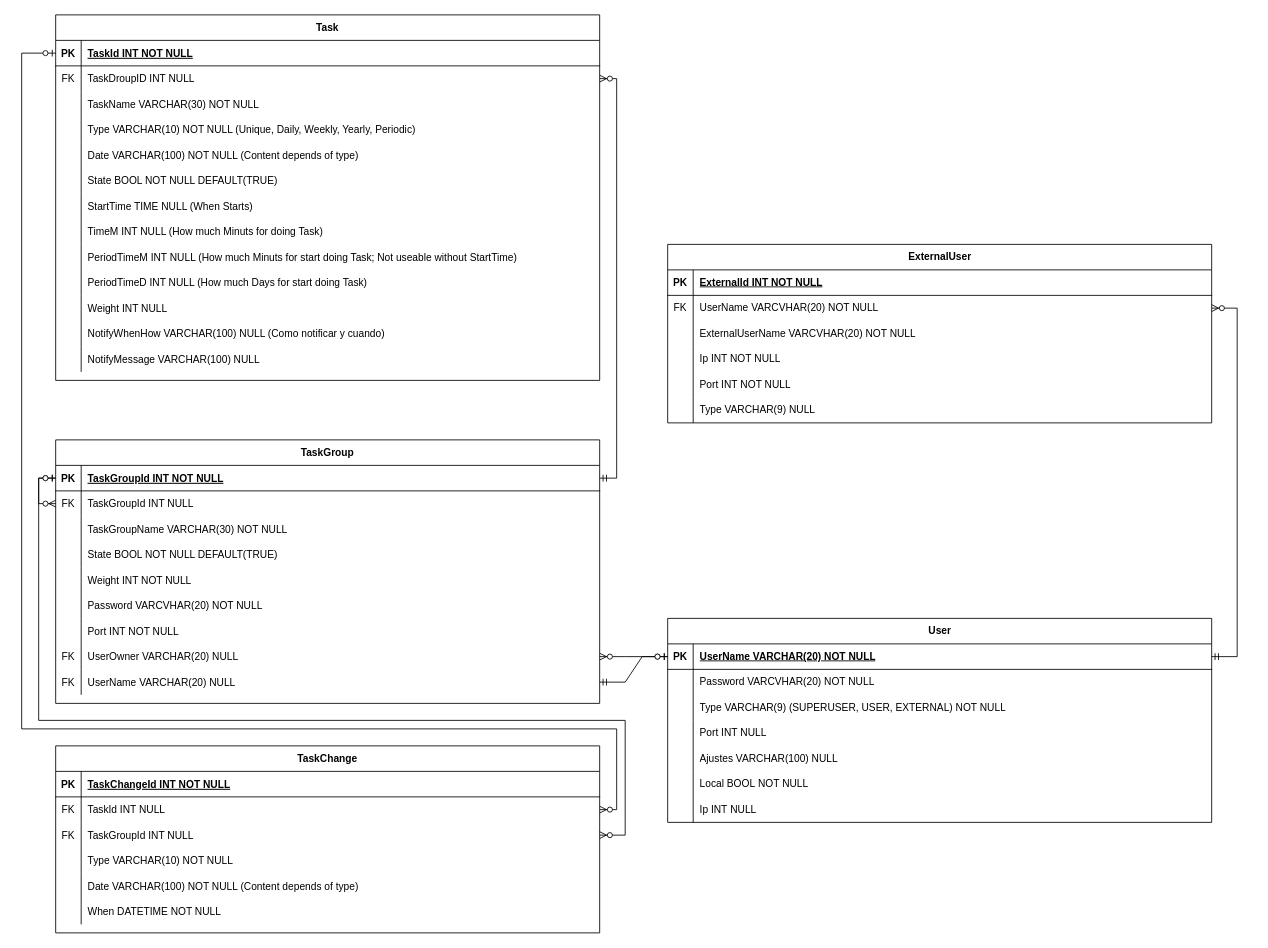
Earlier version of the draw.io diagram DiseñoBaseDeDatos.drawio (Gosha1030/ProyectoIntermodularGeorgii). Source tidied: cells renumbered, new cells numbered last; positions are measured from the earlier drawing's top-left corner, leaving out a move shared by most shapes. Both pictures are drawn from the tidied source at 85%, with x=0, y=0 at pixel (21, 14).
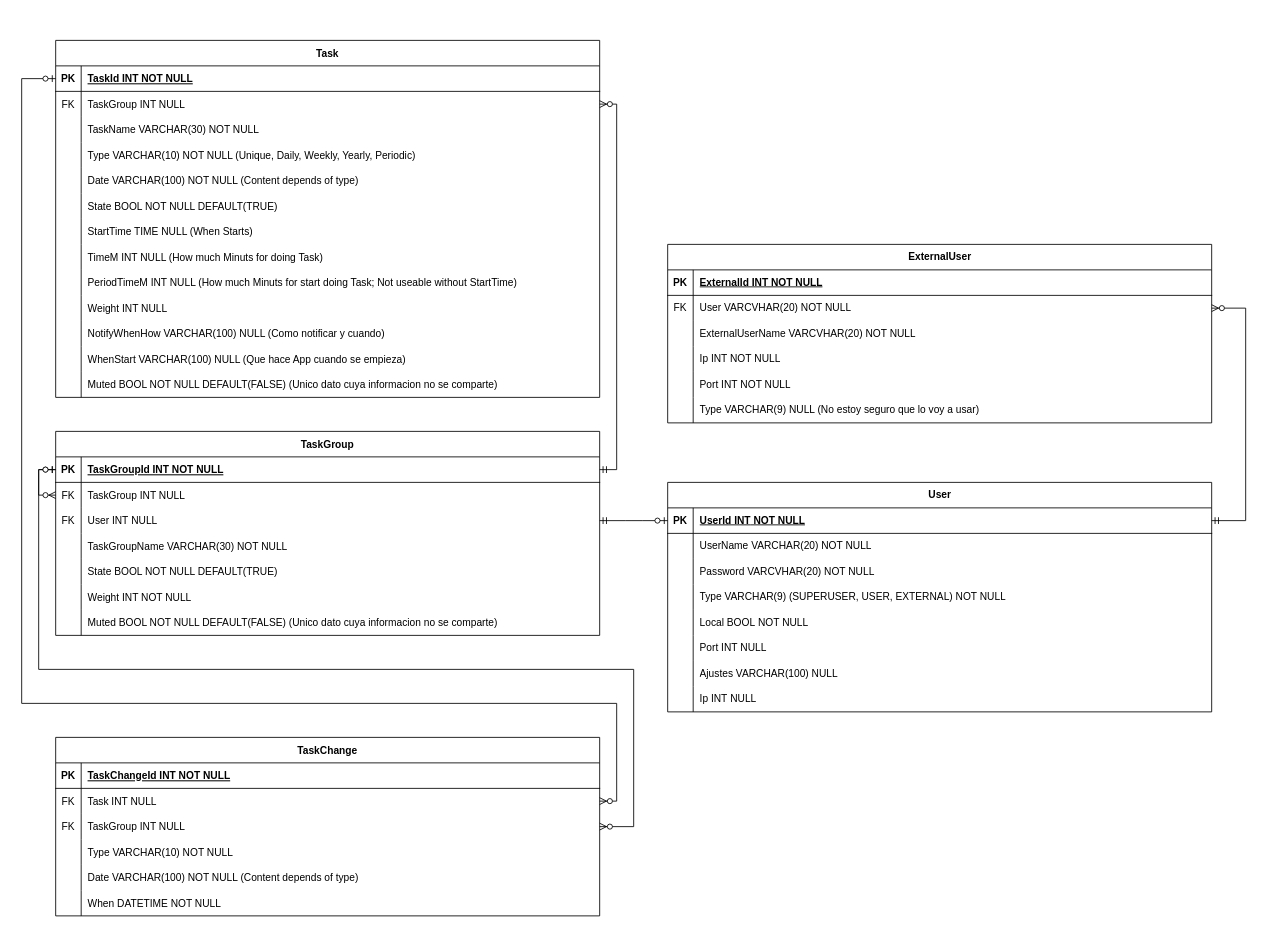
After the change.

Unchanged cells that the change refers to:
```xml
<mxCell id="3" style="shape=partialRectangle;fillColor=none;points=[[0,0.5],[1,0.5]];portConstraint=eastwest;top=0;left=0;right=0;bottom=1;" parent="2" vertex="1">
  <mxGeometry y="30" width="640" height="30" as="geometry" />
</mxCell>
<mxCell id="6" style="shape=partialRectangle;fillColor=none;points=[[0,0.5],[1,0.5]];portConstraint=eastwest;top=0;left=0;right=0;bottom=0;" parent="2" vertex="1">
  <mxGeometry y="60" width="640" height="30" as="geometry" />
</mxCell>
<mxCell id="21" style="shape=partialRectangle;fillColor=none;top=0;left=0;right=0;bottom=0;" parent="2" vertex="1">
  <mxGeometry y="210" width="640" height="30" as="geometry" />
</mxCell>
<mxCell id="35" style="shape=partialRectangle;fillColor=none;points=[[0,0.5],[1,0.5]];portConstraint=eastwest;top=0;left=0;right=0;bottom=0;" parent="31" vertex="1">
  <mxGeometry y="60" width="640" height="30" as="geometry" />
</mxCell>
<mxCell id="38" style="shape=partialRectangle;fillColor=none;points=[[0,0.5],[1,0.5]];portConstraint=eastwest;top=0;left=0;right=0;bottom=0;" parent="31" vertex="1">
  <mxGeometry y="90" width="640" height="30" as="geometry" />
</mxCell>
<mxCell id="51" style="shape=partialRectangle;fillColor=none;points=[[0,0.5],[1,0.5]];portConstraint=eastwest;top=0;left=0;right=0;bottom=1;" parent="50" vertex="1">
  <mxGeometry y="30" width="640" height="30" as="geometry" />
</mxCell>
<mxCell id="54" style="shape=partialRectangle;fillColor=none;points=[[0,0.5],[1,0.5]];portConstraint=eastwest;top=0;left=0;right=0;bottom=0;" parent="50" vertex="1">
  <mxGeometry y="60" width="640" height="30" as="geometry" />
</mxCell>
<mxCell id="91" style="shape=tableRow;horizontal=0;startSize=0;swimlaneHead=0;swimlaneBody=0;fillColor=none;points=[[0,0.5],[1,0.5]];portConstraint=eastwest;top=0;left=0;right=0;bottom=1;" parent="90" vertex="1">
  <mxGeometry y="30" width="640" height="30" as="geometry" />
</mxCell>
<mxCell id="120" style="shape=tableRow;horizontal=0;startSize=0;swimlaneHead=0;swimlaneBody=0;fillColor=none;points=[[0,0.5],[1,0.5]];portConstraint=eastwest;top=0;left=0;right=0;bottom=0;" parent="116" vertex="1">
  <mxGeometry y="60" width="640" height="30" as="geometry" />
</mxCell>
<mxCell id="132" style="shape=tableRow;horizontal=0;startSize=0;swimlaneHead=0;swimlaneBody=0;fillColor=none;top=0;left=0;right=0;bottom=0;" parent="116" vertex="1">
  <mxGeometry y="180" width="640" height="30" as="geometry" />
</mxCell>
```

Diff of the diagram source:
```diff
@@
     <mxCell id="2" value="TaskGroup" style="shape=table;startSize=30;childLayout=tableLayout;rowLines=0;fontStyle=1;align=center;" parent="1" vertex="1">
-      <mxGeometry x="40" y="500" width="640" height="310" as="geometry" />
+      <mxGeometry x="40" y="490" width="640" height="240" as="geometry" />
     </mxCell>
@@
-    <mxCell id="8" value="TaskGroupId INT NULL" style="shape=partialRectangle;overflow=hidden;fillColor=none;top=0;left=0;bottom=0;right=0;align=left;spacingLeft=6;" parent="6" vertex="1">
+    <mxCell id="8" value="TaskGroup INT NULL" style="shape=partialRectangle;overflow=hidden;fillColor=none;top=0;left=0;bottom=0;right=0;align=left;spacingLeft=6;" parent="6" vertex="1">
       <mxGeometry x="30" width="610" height="30" as="geometry" />
     </mxCell>
+    <mxCell id="27" style="shape=partialRectangle;fillColor=none;points=[[0,0.5],[1,0.5]];portConstraint=eastwest;top=0;left=0;right=0;bottom=0;" parent="2" vertex="1">
+      <mxGeometry y="90" width="640" height="30" as="geometry" />
+    </mxCell>
+    <mxCell id="28" value="FK" style="shape=partialRectangle;overflow=hidden;fillColor=none;top=0;left=0;bottom=0;right=0;" parent="27" vertex="1">
+      <mxGeometry width="30" height="30" as="geometry" />
+    </mxCell>
+    <mxCell id="29" value="User INT NULL" style="shape=partialRectangle;overflow=hidden;fillColor=none;top=0;left=0;bottom=0;right=0;align=left;spacingLeft=6;" parent="27" vertex="1">
+      <mxGeometry x="30" width="610" height="30" as="geometry" />
+    </mxCell>
     <mxCell id="9" style="shape=partialRectangle;fillColor=none;top=0;left=0;right=0;bottom=0;" parent="2" vertex="1">
-      <mxGeometry y="90" width="640" height="30" as="geometry" />
+      <mxGeometry y="120" width="640" height="30" as="geometry" />
     </mxCell>
@@
     <mxCell id="12" style="shape=partialRectangle;fillColor=none;top=0;left=0;right=0;bottom=0;" parent="2" vertex="1">
-      <mxGeometry y="120" width="640" height="30" as="geometry" />
+      <mxGeometry y="150" width="640" height="30" as="geometry" />
     </mxCell>
@@
     <mxCell id="15" style="shape=partialRectangle;fillColor=none;top=0;left=0;right=0;bottom=0;" parent="2" vertex="1">
-      <mxGeometry y="150" width="640" height="30" as="geometry" />
+      <mxGeometry y="180" width="640" height="30" as="geometry" />
     </mxCell>
@@
-    <mxCell id="18" style="shape=partialRectangle;fillColor=none;top=0;left=0;right=0;bottom=0;" parent="2" vertex="1">
-      <mxGeometry y="180" width="640" height="30" as="geometry" />
-    </mxCell>
-    <mxCell id="19" style="shape=partialRectangle;overflow=hidden;fillColor=none;top=0;left=0;bottom=0;right=0;" parent="18" vertex="1">
-      <mxGeometry width="30" height="30" as="geometry" />
-    </mxCell>
-    <mxCell id="20" value="Password VARCVHAR(20) NOT NULL" style="shape=partialRectangle;overflow=hidden;fillColor=none;top=0;left=0;bottom=0;right=0;align=left;spacingLeft=6;" parent="18" vertex="1">
-      <mxGeometry x="30" width="610" height="30" as="geometry" />
-    </mxCell>
+    <mxCell id="30" style="edgeStyle=orthogonalEdgeStyle;fontSize=12;html=1;endArrow=ERzeroToMany;startArrow=ERzeroToOne;rounded=0;entryX=0;entryY=0.5;entryDx=0;entryDy=0;exitX=0;exitY=0.5;exitDx=0;exitDy=0;" parent="2" edge="1" source="3" target="6">
+      <mxGeometry relative="1" as="geometry">
+        <Array as="points">
+          <mxPoint x="-20" y="45" />
+          <mxPoint x="-20" y="75" />
+        </Array>
+      </mxGeometry>
+    </mxCell>
@@
-    <mxCell id="22" style="shape=partialRectangle;overflow=hidden;fillColor=none;top=0;left=0;bottom=0;right=0;" parent="21" vertex="1">
-      <mxGeometry width="30" height="30" as="geometry" />
-    </mxCell>
-    <mxCell id="23" value="Port INT NOT NULL" style="shape=partialRectangle;overflow=hidden;fillColor=none;top=0;left=0;bottom=0;right=0;align=left;spacingLeft=6;" parent="21" vertex="1">
-      <mxGeometry x="30" width="610" height="30" as="geometry" />
-    </mxCell>
-    <mxCell id="24" style="shape=partialRectangle;fillColor=none;points=[[0,0.5],[1,0.5]];portConstraint=eastwest;top=0;left=0;right=0;bottom=0;" parent="2" vertex="1">
-      <mxGeometry y="240" width="640" height="30" as="geometry" />
-    </mxCell>
-    <mxCell id="25" value="FK" style="shape=partialRectangle;overflow=hidden;fillColor=none;top=0;left=0;bottom=0;right=0;" parent="24" vertex="1">
-      <mxGeometry width="30" height="30" as="geometry" />
-    </mxCell>
-    <mxCell id="26" value="UserOwner VARCHAR(20) NULL" style="shape=partialRectangle;overflow=hidden;fillColor=none;top=0;left=0;bottom=0;right=0;align=left;spacingLeft=6;" parent="24" vertex="1">
-      <mxGeometry x="30" width="610" height="30" as="geometry" />
-    </mxCell>
-    <mxCell id="27" style="shape=partialRectangle;fillColor=none;points=[[0,0.5],[1,0.5]];portConstraint=eastwest;top=0;left=0;right=0;bottom=0;" parent="2" vertex="1">
-      <mxGeometry y="270" width="640" height="30" as="geometry" />
-    </mxCell>
-    <mxCell id="28" value="FK" style="shape=partialRectangle;overflow=hidden;fillColor=none;top=0;left=0;bottom=0;right=0;" parent="27" vertex="1">
-      <mxGeometry width="30" height="30" as="geometry" />
-    </mxCell>
-    <mxCell id="29" value="UserName VARCHAR(20) NULL" style="shape=partialRectangle;overflow=hidden;fillColor=none;top=0;left=0;bottom=0;right=0;align=left;spacingLeft=6;" parent="27" vertex="1">
-      <mxGeometry x="30" width="610" height="30" as="geometry" />
-    </mxCell>
-    <mxCell id="30" style="edgeStyle=orthogonalEdgeStyle;fontSize=12;html=1;endArrow=ERzeroToMany;startArrow=ERzeroToOne;rounded=0;entryX=0;entryY=0.5;entryDx=0;entryDy=0;exitX=0;exitY=0.5;exitDx=0;exitDy=0;" parent="2" edge="1" source="3" target="6">
-      <mxGeometry relative="1" as="geometry">
-        <Array as="points">
-          <mxPoint x="-20" y="45" />
-          <mxPoint x="-20" y="75" />
-        </Array>
-      </mxGeometry>
-    </mxCell>
+    <mxCell id="137" style="shape=partialRectangle;overflow=hidden;fillColor=none;top=0;left=0;bottom=0;right=0;" parent="21" vertex="1">
+      <mxGeometry width="30" height="30" as="geometry" />
+    </mxCell>
+    <mxCell id="138" value="Muted BOOL NOT NULL DEFAULT(FALSE) (Unico dato cuya informacion no se comparte)" style="shape=partialRectangle;overflow=hidden;fillColor=none;top=0;left=0;bottom=0;right=0;align=left;spacingLeft=6;" parent="21" vertex="1">
+      <mxGeometry x="30" width="610" height="30" as="geometry" />
+    </mxCell>
     <mxCell id="31" value="TaskChange" style="shape=table;startSize=30;childLayout=tableLayout;rowLines=0;fontStyle=1;align=center;" parent="1" vertex="1">
-      <mxGeometry x="40" y="860" width="640" height="220" as="geometry" />
+      <mxGeometry x="40" y="850" width="640" height="210" as="geometry" />
     </mxCell>
@@
-    <mxCell id="37" value="TaskId INT NULL" style="shape=partialRectangle;overflow=hidden;fillColor=none;top=0;left=0;bottom=0;right=0;align=left;spacingLeft=6;" parent="35" vertex="1">
+    <mxCell id="37" value="Task INT NULL" style="shape=partialRectangle;overflow=hidden;fillColor=none;top=0;left=0;bottom=0;right=0;align=left;spacingLeft=6;" parent="35" vertex="1">
       <mxGeometry x="30" width="610" height="30" as="geometry" />
     </mxCell>
@@
-    <mxCell id="40" value="TaskGroupId INT NULL" style="shape=partialRectangle;overflow=hidden;fillColor=none;top=0;left=0;bottom=0;right=0;align=left;spacingLeft=6;" parent="38" vertex="1">
+    <mxCell id="40" value="TaskGroup INT NULL" style="shape=partialRectangle;overflow=hidden;fillColor=none;top=0;left=0;bottom=0;right=0;align=left;spacingLeft=6;" parent="38" vertex="1">
       <mxGeometry x="30" width="610" height="30" as="geometry" />
     </mxCell>
@@
     <mxCell id="50" value="Task" style="shape=table;startSize=30;childLayout=tableLayout;rowLines=0;fontStyle=1;align=center;" parent="1" vertex="1">
-      <mxGeometry x="40" width="640" height="430" as="geometry" />
+      <mxGeometry x="40" y="30" width="640" height="420" as="geometry" />
     </mxCell>
@@
-    <mxCell id="56" value="TaskDroupID INT NULL" style="shape=partialRectangle;overflow=hidden;fillColor=none;top=0;left=0;bottom=0;right=0;align=left;spacingLeft=6;" parent="54" vertex="1">
+    <mxCell id="56" value="TaskGroup INT NULL" style="shape=partialRectangle;overflow=hidden;fillColor=none;top=0;left=0;bottom=0;right=0;align=left;spacingLeft=6;" parent="54" vertex="1">
       <mxGeometry x="30" width="610" height="30" as="geometry" />
     </mxCell>
@@
-    <mxCell id="78" style="shape=partialRectangle;fillColor=none;top=0;left=0;right=0;bottom=0;" parent="50" vertex="1">
-      <mxGeometry y="300" width="640" height="30" as="geometry" />
-    </mxCell>
-    <mxCell id="79" style="shape=partialRectangle;overflow=hidden;fillColor=none;top=0;left=0;bottom=0;right=0;" parent="78" vertex="1">
-      <mxGeometry width="30" height="30" as="geometry" />
-    </mxCell>
-    <mxCell id="80" value="PeriodTimeD INT NULL (How much Days for start doing Task)" style="shape=partialRectangle;overflow=hidden;fillColor=none;top=0;left=0;bottom=0;right=0;align=left;spacingLeft=6;" parent="78" vertex="1">
-      <mxGeometry x="30" width="610" height="30" as="geometry" />
-    </mxCell>
     <mxCell id="81" style="shape=partialRectangle;fillColor=none;top=0;left=0;right=0;bottom=0;" parent="50" vertex="1">
-      <mxGeometry y="330" width="640" height="30" as="geometry" />
+      <mxGeometry y="300" width="640" height="30" as="geometry" />
     </mxCell>
@@
     <mxCell id="84" style="shape=partialRectangle;fillColor=none;top=0;left=0;right=0;bottom=0;" parent="50" vertex="1">
-      <mxGeometry y="360" width="640" height="30" as="geometry" />
+      <mxGeometry y="330" width="640" height="30" as="geometry" />
     </mxCell>
@@
     <mxCell id="87" style="shape=partialRectangle;fillColor=none;top=0;left=0;right=0;bottom=0;" parent="50" vertex="1">
-      <mxGeometry y="390" width="640" height="30" as="geometry" />
+      <mxGeometry y="360" width="640" height="30" as="geometry" />
     </mxCell>
@@
-    <mxCell id="89" value="NotifyMessage VARCHAR(100) NULL" style="shape=partialRectangle;overflow=hidden;fillColor=none;top=0;left=0;bottom=0;right=0;align=left;spacingLeft=6;" parent="87" vertex="1">
+    <mxCell id="89" value="WhenStart VARCHAR(100) NULL (Que hace App cuando se empieza)" style="shape=partialRectangle;overflow=hidden;fillColor=none;top=0;left=0;bottom=0;right=0;align=left;spacingLeft=6;" parent="87" vertex="1">
       <mxGeometry x="30" width="610" height="30" as="geometry" />
     </mxCell>
+    <mxCell id="139" style="shape=partialRectangle;fillColor=none;top=0;left=0;right=0;bottom=0;" parent="50" vertex="1">
+      <mxGeometry y="390" width="640" height="30" as="geometry" />
+    </mxCell>
+    <mxCell id="140" style="shape=partialRectangle;overflow=hidden;fillColor=none;top=0;left=0;bottom=0;right=0;" parent="139" vertex="1">
+      <mxGeometry width="30" height="30" as="geometry" />
+    </mxCell>
+    <mxCell id="141" value="Muted BOOL NOT NULL DEFAULT(FALSE) (Unico dato cuya informacion no se comparte)" style="shape=partialRectangle;overflow=hidden;fillColor=none;top=0;left=0;bottom=0;right=0;align=left;spacingLeft=6;" parent="139" vertex="1">
+      <mxGeometry x="30" width="610" height="30" as="geometry" />
+    </mxCell>
     <mxCell id="90" value="User" style="shape=table;startSize=30;childLayout=tableLayout;rowLines=0;fontStyle=1;align=center;html=1;" parent="1" vertex="1">
-      <mxGeometry x="760" y="710" width="640" height="240" as="geometry" />
+      <mxGeometry x="760" y="550" width="640" height="270" as="geometry" />
     </mxCell>
@@
-    <mxCell id="93" value="UserName VARCHAR(20)&lt;span style=&quot;text-wrap-mode: nowrap;&quot;&gt;&amp;nbsp;NOT NULL&lt;/span&gt;" style="shape=partialRectangle;fillColor=none;top=0;left=0;bottom=0;right=0;align=left;spacingLeft=6;fontStyle=5;overflow=hidden;whiteSpace=wrap;html=1;" parent="91" vertex="1">
+    <mxCell id="93" value="UserId INT&lt;span style=&quot;text-wrap-mode: nowrap;&quot;&gt;&amp;nbsp;NOT NULL&lt;/span&gt;" style="shape=partialRectangle;fillColor=none;top=0;left=0;bottom=0;right=0;align=left;spacingLeft=6;fontStyle=5;overflow=hidden;whiteSpace=wrap;html=1;" parent="91" vertex="1">
       <mxGeometry x="30" width="610" height="30" as="geometry" />
     </mxCell>
+    <mxCell id="142" style="shape=tableRow;horizontal=0;startSize=0;swimlaneHead=0;swimlaneBody=0;fillColor=none;top=0;left=0;right=0;bottom=0;" parent="90" vertex="1">
+      <mxGeometry y="60" width="640" height="30" as="geometry" />
+    </mxCell>
+    <mxCell id="143" style="shape=partialRectangle;fillColor=none;top=0;left=0;bottom=0;right=0;overflow=hidden;whiteSpace=wrap;html=1;" parent="142" vertex="1">
+      <mxGeometry width="30" height="30" as="geometry" />
+    </mxCell>
+    <mxCell id="144" value="UserName VARCHAR(20) NOT NULL" style="shape=partialRectangle;fillColor=none;top=0;left=0;bottom=0;right=0;align=left;spacingLeft=6;overflow=hidden;whiteSpace=wrap;html=1;" parent="142" vertex="1">
+      <mxGeometry x="30" width="610" height="30" as="geometry" />
+    </mxCell>
     <mxCell id="94" style="shape=tableRow;horizontal=0;startSize=0;swimlaneHead=0;swimlaneBody=0;fillColor=none;top=0;left=0;right=0;bottom=0;" parent="90" vertex="1">
-      <mxGeometry y="60" width="640" height="30" as="geometry" />
+      <mxGeometry y="90" width="640" height="30" as="geometry" />
     </mxCell>
@@
     <mxCell id="97" style="shape=tableRow;horizontal=0;startSize=0;swimlaneHead=0;swimlaneBody=0;fillColor=none;top=0;left=0;right=0;bottom=0;" parent="90" vertex="1">
-      <mxGeometry y="90" width="640" height="30" as="geometry" />
+      <mxGeometry y="120" width="640" height="30" as="geometry" />
     </mxCell>
@@
+    <mxCell id="106" style="shape=tableRow;horizontal=0;startSize=0;swimlaneHead=0;swimlaneBody=0;fillColor=none;top=0;left=0;right=0;bottom=0;" parent="90" vertex="1">
+      <mxGeometry y="150" width="640" height="30" as="geometry" />
+    </mxCell>
+    <mxCell id="107" style="shape=partialRectangle;fillColor=none;top=0;left=0;bottom=0;right=0;overflow=hidden;whiteSpace=wrap;html=1;" parent="106" vertex="1">
+      <mxGeometry width="30" height="30" as="geometry" />
+    </mxCell>
+    <mxCell id="108" value="Local BOOL&amp;nbsp;&lt;span style=&quot;text-wrap-mode: nowrap;&quot;&gt;NOT NULL&lt;/span&gt;" style="shape=partialRectangle;fillColor=none;top=0;left=0;bottom=0;right=0;align=left;spacingLeft=6;overflow=hidden;whiteSpace=wrap;html=1;" parent="106" vertex="1">
+      <mxGeometry x="30" width="610" height="30" as="geometry" />
+    </mxCell>
     <mxCell id="100" style="shape=tableRow;horizontal=0;startSize=0;swimlaneHead=0;swimlaneBody=0;fillColor=none;top=0;left=0;right=0;bottom=0;" parent="90" vertex="1">
-      <mxGeometry y="120" width="640" height="30" as="geometry" />
+      <mxGeometry y="180" width="640" height="30" as="geometry" />
     </mxCell>
@@
     <mxCell id="103" style="shape=tableRow;horizontal=0;startSize=0;swimlaneHead=0;swimlaneBody=0;fillColor=none;top=0;left=0;right=0;bottom=0;" parent="90" vertex="1">
-      <mxGeometry y="150" width="640" height="30" as="geometry" />
+      <mxGeometry y="210" width="640" height="30" as="geometry" />
     </mxCell>
@@
-    <mxCell id="106" style="shape=tableRow;horizontal=0;startSize=0;swimlaneHead=0;swimlaneBody=0;fillColor=none;top=0;left=0;right=0;bottom=0;" parent="90" vertex="1">
-      <mxGeometry y="180" width="640" height="30" as="geometry" />
-    </mxCell>
-    <mxCell id="107" style="shape=partialRectangle;fillColor=none;top=0;left=0;bottom=0;right=0;overflow=hidden;whiteSpace=wrap;html=1;" parent="106" vertex="1">
-      <mxGeometry width="30" height="30" as="geometry" />
-    </mxCell>
-    <mxCell id="108" value="Local BOOL&amp;nbsp;&lt;span style=&quot;text-wrap-mode: nowrap;&quot;&gt;NOT NULL&lt;/span&gt;" style="shape=partialRectangle;fillColor=none;top=0;left=0;bottom=0;right=0;align=left;spacingLeft=6;overflow=hidden;whiteSpace=wrap;html=1;" parent="106" vertex="1">
-      <mxGeometry x="30" width="610" height="30" as="geometry" />
-    </mxCell>
     <mxCell id="109" style="shape=tableRow;horizontal=0;startSize=0;swimlaneHead=0;swimlaneBody=0;fillColor=none;top=0;left=0;right=0;bottom=0;" parent="90" vertex="1">
-      <mxGeometry y="210" width="640" height="30" as="geometry" />
+      <mxGeometry y="240" width="640" height="30" as="geometry" />
     </mxCell>
@@
-    <mxCell id="112" style="edgeStyle=entityRelationEdgeStyle;fontSize=12;html=1;endArrow=ERzeroToMany;startArrow=ERzeroToOne;rounded=0;exitX=0;exitY=0.5;exitDx=0;exitDy=0;entryX=1;entryY=0.5;entryDx=0;entryDy=0;" parent="1" edge="1" source="91" target="24">
-      <mxGeometry relative="1" as="geometry" />
-    </mxCell>
     <mxCell id="113" style="edgeStyle=orthogonalEdgeStyle;fontSize=12;html=1;endArrow=ERzeroToMany;startArrow=ERzeroToOne;rounded=0;exitX=0;exitY=0.5;exitDx=0;exitDy=0;entryX=1;entryY=0.5;entryDx=0;entryDy=0;" parent="1" edge="1" source="3" target="38">
       <mxGeometry relative="1" as="geometry">
         <Array as="points">
-          <mxPoint x="20" y="545" />
-          <mxPoint x="20" y="830" />
-          <mxPoint x="710" y="830" />
-          <mxPoint x="710" y="965" />
+          <mxPoint x="20" y="535" />
+          <mxPoint x="20" y="770" />
+          <mxPoint x="720" y="770" />
+          <mxPoint x="720" y="955" />
         </Array>
       </mxGeometry>
     </mxCell>
     <mxCell id="114" style="edgeStyle=orthogonalEdgeStyle;fontSize=12;html=1;endArrow=ERzeroToMany;startArrow=ERmandOne;rounded=0;entryX=1;entryY=0.5;entryDx=0;entryDy=0;exitX=1;exitY=0.5;exitDx=0;exitDy=0;" parent="1" edge="1" source="3" target="54">
       <mxGeometry relative="1" as="geometry">
         <Array as="points">
-          <mxPoint x="700" y="545" />
-          <mxPoint x="700" y="75" />
+          <mxPoint x="700" y="535" />
+          <mxPoint x="700" y="105" />
         </Array>
       </mxGeometry>
     </mxCell>
     <mxCell id="115" style="edgeStyle=orthogonalEdgeStyle;fontSize=12;html=1;endArrow=ERzeroToMany;startArrow=ERzeroToOne;rounded=0;entryX=1;entryY=0.5;entryDx=0;entryDy=0;exitX=0;exitY=0.5;exitDx=0;exitDy=0;" parent="1" edge="1" source="51" target="35">
       <mxGeometry relative="1" as="geometry">
         <Array as="points">
-          <mxPoint y="45" />
-          <mxPoint y="840" />
-          <mxPoint x="700" y="840" />
-          <mxPoint x="700" y="935" />
+          <mxPoint y="75" />
+          <mxPoint y="810" />
+          <mxPoint x="700" y="810" />
+          <mxPoint x="700" y="925" />
         </Array>
       </mxGeometry>
     </mxCell>
@@
-    <mxCell id="122" value="UserName VARCVHAR(20)&amp;nbsp;&lt;span style=&quot;text-wrap-mode: nowrap;&quot;&gt;NOT NULL&lt;/span&gt;" style="shape=partialRectangle;fillColor=none;top=0;left=0;bottom=0;right=0;align=left;spacingLeft=6;overflow=hidden;whiteSpace=wrap;html=1;" parent="120" vertex="1">
+    <mxCell id="122" value="User VARCVHAR(20)&amp;nbsp;&lt;span style=&quot;text-wrap-mode: nowrap;&quot;&gt;NOT NULL&lt;/span&gt;" style="shape=partialRectangle;fillColor=none;top=0;left=0;bottom=0;right=0;align=left;spacingLeft=6;overflow=hidden;whiteSpace=wrap;html=1;" parent="120" vertex="1">
       <mxGeometry x="30" width="610" height="30" as="geometry" />
     </mxCell>
@@
-    <mxCell id="134" value="Type VARCHAR(9) &lt;span style=&quot;text-wrap-mode: nowrap;&quot;&gt;NULL&lt;/span&gt;" style="shape=partialRectangle;fillColor=none;top=0;left=0;bottom=0;right=0;align=left;spacingLeft=6;overflow=hidden;whiteSpace=wrap;html=1;" parent="132" vertex="1">
+    <mxCell id="134" value="Type VARCHAR(9) &lt;span style=&quot;text-wrap-mode: nowrap;&quot;&gt;NULL (No estoy seguro que lo voy a usar)&lt;/span&gt;" style="shape=partialRectangle;fillColor=none;top=0;left=0;bottom=0;right=0;align=left;spacingLeft=6;overflow=hidden;whiteSpace=wrap;html=1;" parent="132" vertex="1">
       <mxGeometry x="30" width="610" height="30" as="geometry" />
     </mxCell>
-    <mxCell id="135" style="edgeStyle=entityRelationEdgeStyle;fontSize=12;html=1;endArrow=ERzeroToMany;startArrow=ERmandOne;rounded=0;exitX=1;exitY=0.5;exitDx=0;exitDy=0;entryX=1;entryY=0.5;entryDx=0;entryDy=0;" parent="1" edge="1" source="91" target="120">
-      <mxGeometry relative="1" as="geometry" />
+    <mxCell id="135" style="edgeStyle=orthogonalEdgeStyle;fontSize=12;html=1;endArrow=ERzeroToMany;startArrow=ERmandOne;rounded=0;exitX=1;exitY=0.5;exitDx=0;exitDy=0;entryX=1;entryY=0.5;entryDx=0;entryDy=0;" parent="1" edge="1" source="91" target="120">
+      <mxGeometry relative="1" as="geometry">
+        <Array as="points">
+          <mxPoint x="1440" y="595" />
+          <mxPoint x="1440" y="345" />
+        </Array>
+      </mxGeometry>
     </mxCell>
```
